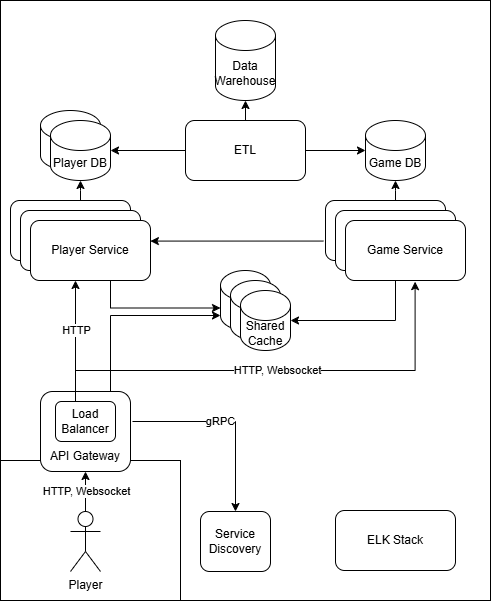
This is assets/PAD architecture2.png from Rescyy/multiplayer-phase-10, a draw.io export, as it was before one commit. Source tidied: cells renumbered, new cells last; positions are measured from the earlier drawing's top-left corner, leaving out a move shared by most shapes. Source of this version:
```xml
<mxGraphModel>
  <root>
    <mxCell id="0" />
    <mxCell id="1" parent="0" />
    <mxCell id="2" style="rounded=0;whiteSpace=wrap;html=1;" parent="1" vertex="1">
      <mxGeometry width="490" height="600" as="geometry" />
    </mxCell>
    <mxCell id="3" style="rounded=0;whiteSpace=wrap;html=1;" parent="1" vertex="1">
      <mxGeometry y="460" width="180" height="140" as="geometry" />
    </mxCell>
    <mxCell id="4" style="edgeStyle=orthogonalEdgeStyle;rounded=0;jettySize=auto;html=1;entryX=0.5;entryY=1;entryDx=0;entryDy=0;" parent="1" edge="1" source="6" target="10">
      <mxGeometry relative="1" as="geometry" />
    </mxCell>
    <mxCell id="5" value="HTTP, Websocket" style="edgeLabel;html=1;align=center;verticalAlign=middle;" parent="4" vertex="1">
      <mxGeometry x="0.13" y="-2" relative="1" as="geometry">
        <mxPoint x="-2" y="2" as="offset" />
      </mxGeometry>
    </mxCell>
    <mxCell id="6" value="Player&lt;div&gt;&lt;br&gt;&lt;/div&gt;" style="shape=umlActor;verticalLabelPosition=bottom;verticalAlign=top;html=1;outlineConnect=0;" parent="1" vertex="1">
      <mxGeometry x="70" y="511" width="30" height="60" as="geometry" />
    </mxCell>
    <mxCell id="7" style="edgeStyle=orthogonalEdgeStyle;rounded=0;jettySize=auto;html=1;exitX=1.022;exitY=0.375;exitDx=0;exitDy=0;exitPerimeter=0;" parent="1" edge="1" source="10" target="11">
      <mxGeometry relative="1" as="geometry" />
    </mxCell>
    <mxCell id="8" value="gRPC" style="edgeLabel;html=1;align=center;verticalAlign=middle;" parent="7" vertex="1">
      <mxGeometry x="-0.09" y="1" relative="1" as="geometry" />
    </mxCell>
    <mxCell id="9" style="edgeStyle=orthogonalEdgeStyle;rounded=0;jettySize=auto;html=1;entryX=0;entryY=1;entryDx=0;entryDy=-15;entryPerimeter=0;" parent="1" edge="1" source="10" target="29">
      <mxGeometry relative="1" as="geometry">
        <Array as="points">
          <mxPoint x="110" y="315" />
        </Array>
      </mxGeometry>
    </mxCell>
    <mxCell id="10" style="rounded=1;whiteSpace=wrap;html=1;" parent="1" vertex="1">
      <mxGeometry x="40" y="391" width="90" height="80" as="geometry" />
    </mxCell>
    <mxCell id="11" value="Service Discovery" style="rounded=1;whiteSpace=wrap;html=1;" parent="1" vertex="1">
      <mxGeometry x="200" y="511" width="70" height="60" as="geometry" />
    </mxCell>
    <mxCell id="12" style="edgeStyle=orthogonalEdgeStyle;rounded=0;jettySize=auto;html=1;entryX=0.375;entryY=1;entryDx=0;entryDy=0;entryPerimeter=0;" parent="1" edge="1" source="16" target="21">
      <mxGeometry relative="1" as="geometry">
        <Array as="points">
          <mxPoint x="75" y="430" />
        </Array>
      </mxGeometry>
    </mxCell>
    <mxCell id="13" value="HTTP" style="edgeLabel;html=1;align=center;verticalAlign=middle;" parent="12" vertex="1">
      <mxGeometry x="0.19" relative="1" as="geometry" />
    </mxCell>
    <mxCell id="14" style="edgeStyle=orthogonalEdgeStyle;rounded=0;jettySize=auto;html=1;entryX=0.58;entryY=1.019;entryDx=0;entryDy=0;entryPerimeter=0;" parent="1" edge="1" source="16" target="24">
      <mxGeometry relative="1" as="geometry">
        <Array as="points">
          <mxPoint x="75" y="370" />
          <mxPoint x="415" y="370" />
        </Array>
      </mxGeometry>
    </mxCell>
    <mxCell id="15" value="HTTP, Websocket" style="edgeLabel;html=1;align=center;verticalAlign=middle;" parent="14" vertex="1">
      <mxGeometry x="0.32" y="1" relative="1" as="geometry">
        <mxPoint x="-71" as="offset" />
      </mxGeometry>
    </mxCell>
    <mxCell id="16" value="Load Balancer" style="rounded=1;whiteSpace=wrap;html=1;" parent="1" vertex="1">
      <mxGeometry x="55" y="401" width="60" height="40" as="geometry" />
    </mxCell>
    <mxCell id="17" value="Player Service" style="rounded=1;whiteSpace=wrap;html=1;" parent="1" vertex="1">
      <mxGeometry x="10" y="200" width="120" height="60" as="geometry" />
    </mxCell>
    <mxCell id="18" value="Game Service" style="rounded=1;whiteSpace=wrap;html=1;" parent="1" vertex="1">
      <mxGeometry x="325" y="200" width="120" height="60" as="geometry" />
    </mxCell>
    <mxCell id="19" value="Player Service" style="rounded=1;whiteSpace=wrap;html=1;" parent="1" vertex="1">
      <mxGeometry x="20" y="210" width="120" height="60" as="geometry" />
    </mxCell>
    <mxCell id="20" style="edgeStyle=orthogonalEdgeStyle;rounded=0;jettySize=auto;html=1;entryX=0;entryY=0;entryDx=0;entryDy=37.5;entryPerimeter=0;" parent="1" edge="1" source="21" target="29">
      <mxGeometry relative="1" as="geometry">
        <Array as="points">
          <mxPoint x="110" y="308" />
        </Array>
      </mxGeometry>
    </mxCell>
    <mxCell id="21" value="Player Service" style="rounded=1;whiteSpace=wrap;html=1;" parent="1" vertex="1">
      <mxGeometry x="30" y="220" width="120" height="60" as="geometry" />
    </mxCell>
    <mxCell id="22" value="Game Service" style="rounded=1;whiteSpace=wrap;html=1;" parent="1" vertex="1">
      <mxGeometry x="335" y="210" width="120" height="60" as="geometry" />
    </mxCell>
    <mxCell id="23" style="edgeStyle=orthogonalEdgeStyle;rounded=0;jettySize=auto;html=1;entryX=1;entryY=0.5;entryDx=0;entryDy=0;entryPerimeter=0;" parent="1" edge="1" source="24" target="31">
      <mxGeometry relative="1" as="geometry">
        <Array as="points">
          <mxPoint x="395" y="320" />
        </Array>
      </mxGeometry>
    </mxCell>
    <mxCell id="24" value="Game Service" style="rounded=1;whiteSpace=wrap;html=1;" parent="1" vertex="1">
      <mxGeometry x="345" y="220" width="120" height="60" as="geometry" />
    </mxCell>
    <mxCell id="25" style="edgeStyle=orthogonalEdgeStyle;rounded=0;jettySize=auto;html=1;entryX=0.999;entryY=0.343;entryDx=0;entryDy=0;entryPerimeter=0;exitX=-0.018;exitY=0.676;exitDx=0;exitDy=0;exitPerimeter=0;" parent="1" edge="1" source="18" target="21">
      <mxGeometry relative="1" as="geometry" />
    </mxCell>
    <mxCell id="26" value="API Gateway" style="text;html=1;align=center;verticalAlign=middle;whiteSpace=wrap;rounded=0;" parent="1" vertex="1">
      <mxGeometry x="45" y="441" width="80" height="30" as="geometry" />
    </mxCell>
    <mxCell id="27" style="shape=cylinder3;whiteSpace=wrap;html=1;boundedLbl=1;backgroundOutline=1;size=15;" parent="1" vertex="1">
      <mxGeometry x="40" y="110" width="60" height="60" as="geometry" />
    </mxCell>
    <mxCell id="28" value="Player DB" style="shape=cylinder3;whiteSpace=wrap;html=1;boundedLbl=1;backgroundOutline=1;size=15;" parent="1" vertex="1">
      <mxGeometry x="50" y="120" width="60" height="60" as="geometry" />
    </mxCell>
    <mxCell id="29" style="shape=cylinder3;whiteSpace=wrap;html=1;boundedLbl=1;backgroundOutline=1;size=15;" parent="1" vertex="1">
      <mxGeometry x="220" y="270" width="50" height="60" as="geometry" />
    </mxCell>
    <mxCell id="30" style="shape=cylinder3;whiteSpace=wrap;html=1;boundedLbl=1;backgroundOutline=1;size=15;" parent="1" vertex="1">
      <mxGeometry x="230" y="280" width="50" height="60" as="geometry" />
    </mxCell>
    <mxCell id="31" value="Shared Cache" style="shape=cylinder3;whiteSpace=wrap;html=1;boundedLbl=1;backgroundOutline=1;size=15;" parent="1" vertex="1">
      <mxGeometry x="240" y="290" width="50" height="60" as="geometry" />
    </mxCell>
    <mxCell id="32" value="Game DB" style="shape=cylinder3;whiteSpace=wrap;html=1;boundedLbl=1;backgroundOutline=1;size=15;" parent="1" vertex="1">
      <mxGeometry x="365" y="120" width="60" height="60" as="geometry" />
    </mxCell>
    <mxCell id="33" style="edgeStyle=orthogonalEdgeStyle;rounded=0;jettySize=auto;html=1;entryX=0.5;entryY=1;entryDx=0;entryDy=0;entryPerimeter=0;" parent="1" edge="1" source="17" target="28">
      <mxGeometry relative="1" as="geometry">
        <Array as="points">
          <mxPoint x="80" y="190" />
          <mxPoint x="80" y="190" />
        </Array>
      </mxGeometry>
    </mxCell>
    <mxCell id="34" style="edgeStyle=orthogonalEdgeStyle;rounded=0;jettySize=auto;html=1;entryX=0.5;entryY=1;entryDx=0;entryDy=0;entryPerimeter=0;" parent="1" edge="1" source="18" target="32">
      <mxGeometry relative="1" as="geometry">
        <Array as="points">
          <mxPoint x="395" y="190" />
          <mxPoint x="395" y="190" />
        </Array>
      </mxGeometry>
    </mxCell>
    <mxCell id="35" value="ELK Stack" style="rounded=1;whiteSpace=wrap;html=1;" parent="1" vertex="1">
      <mxGeometry x="335" y="510" width="120" height="60" as="geometry" />
    </mxCell>
    <mxCell id="36" value="ETL" style="rounded=1;whiteSpace=wrap;html=1;" parent="1" vertex="1">
      <mxGeometry x="185" y="120" width="120" height="60" as="geometry" />
    </mxCell>
    <mxCell id="37" style="edgeStyle=orthogonalEdgeStyle;rounded=0;jettySize=auto;html=1;entryX=1;entryY=0.5;entryDx=0;entryDy=0;entryPerimeter=0;" parent="1" edge="1" source="36" target="28">
      <mxGeometry relative="1" as="geometry" />
    </mxCell>
    <mxCell id="38" style="edgeStyle=orthogonalEdgeStyle;rounded=0;jettySize=auto;html=1;entryX=0;entryY=0.5;entryDx=0;entryDy=0;entryPerimeter=0;" parent="1" edge="1" source="36" target="32">
      <mxGeometry relative="1" as="geometry" />
    </mxCell>
    <mxCell id="39" value="Data Warehouse" style="shape=cylinder3;whiteSpace=wrap;html=1;boundedLbl=1;backgroundOutline=1;size=15;" parent="1" vertex="1">
      <mxGeometry x="215" y="20" width="60" height="80" as="geometry" />
    </mxCell>
    <mxCell id="40" style="endArrow=classic;html=1;rounded=0;entryX=0.5;entryY=1;entryDx=0;entryDy=0;entryPerimeter=0;exitX=0.5;exitY=0;exitDx=0;exitDy=0;" parent="1" edge="1" source="36" target="39">
      <mxGeometry relative="1" as="geometry" />
    </mxCell>
  </root>
</mxGraphModel>
```
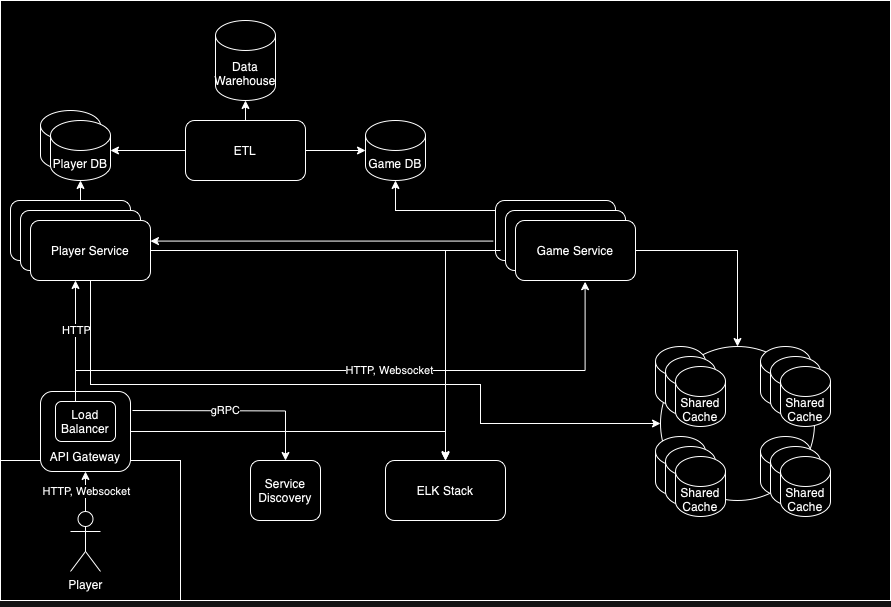
The same file after the commit.

The edit, as a diff of the source:
```diff
@@ -3,7 +3,7 @@
     <mxCell id="0" />
     <mxCell id="1" parent="0" />
     <mxCell id="2" style="rounded=0;whiteSpace=wrap;html=1;" parent="1" vertex="1">
-      <mxGeometry width="490" height="600" as="geometry" />
+      <mxGeometry width="890" height="600" as="geometry" />
     </mxCell>
     <mxCell id="3" style="rounded=0;whiteSpace=wrap;html=1;" parent="1" vertex="1">
       <mxGeometry y="460" width="180" height="140" as="geometry" />
@@ -19,24 +19,19 @@
     <mxCell id="6" value="Player&lt;div&gt;&lt;br&gt;&lt;/div&gt;" style="shape=umlActor;verticalLabelPosition=bottom;verticalAlign=top;html=1;outlineConnect=0;" parent="1" vertex="1">
       <mxGeometry x="70" y="511" width="30" height="60" as="geometry" />
     </mxCell>
-    <mxCell id="7" style="edgeStyle=orthogonalEdgeStyle;rounded=0;jettySize=auto;html=1;exitX=1.022;exitY=0.375;exitDx=0;exitDy=0;exitPerimeter=0;" parent="1" edge="1" source="10" target="11">
-      <mxGeometry relative="1" as="geometry" />
+    <mxCell id="7" style="edgeStyle=orthogonalEdgeStyle;rounded=0;jettySize=auto;html=1;" parent="1" edge="1" target="11">
+      <mxGeometry relative="1" as="geometry">
+        <mxPoint x="132" y="410" as="sourcePoint" />
+      </mxGeometry>
     </mxCell>
     <mxCell id="8" value="gRPC" style="edgeLabel;html=1;align=center;verticalAlign=middle;" parent="7" vertex="1">
       <mxGeometry x="-0.09" y="1" relative="1" as="geometry" />
     </mxCell>
-    <mxCell id="9" style="edgeStyle=orthogonalEdgeStyle;rounded=0;jettySize=auto;html=1;entryX=0;entryY=1;entryDx=0;entryDy=-15;entryPerimeter=0;" parent="1" edge="1" source="10" target="29">
-      <mxGeometry relative="1" as="geometry">
-        <Array as="points">
-          <mxPoint x="110" y="315" />
-        </Array>
-      </mxGeometry>
-    </mxCell>
     <mxCell id="10" style="rounded=1;whiteSpace=wrap;html=1;" parent="1" vertex="1">
       <mxGeometry x="40" y="391" width="90" height="80" as="geometry" />
     </mxCell>
     <mxCell id="11" value="Service Discovery" style="rounded=1;whiteSpace=wrap;html=1;" parent="1" vertex="1">
-      <mxGeometry x="200" y="511" width="70" height="60" as="geometry" />
+      <mxGeometry x="250" y="460" width="70" height="60" as="geometry" />
     </mxCell>
     <mxCell id="12" style="edgeStyle=orthogonalEdgeStyle;rounded=0;jettySize=auto;html=1;entryX=0.375;entryY=1;entryDx=0;entryDy=0;entryPerimeter=0;" parent="1" edge="1" source="16" target="21">
       <mxGeometry relative="1" as="geometry">
@@ -52,7 +47,7 @@
       <mxGeometry relative="1" as="geometry">
         <Array as="points">
           <mxPoint x="75" y="370" />
-          <mxPoint x="415" y="370" />
+          <mxPoint x="585" y="370" />
         </Array>
       </mxGeometry>
     </mxCell>
@@ -68,33 +63,42 @@
       <mxGeometry x="10" y="200" width="120" height="60" as="geometry" />
     </mxCell>
     <mxCell id="18" value="Game Service" style="rounded=1;whiteSpace=wrap;html=1;" parent="1" vertex="1">
-      <mxGeometry x="325" y="200" width="120" height="60" as="geometry" />
+      <mxGeometry x="495" y="200" width="120" height="60" as="geometry" />
     </mxCell>
     <mxCell id="19" value="Player Service" style="rounded=1;whiteSpace=wrap;html=1;" parent="1" vertex="1">
       <mxGeometry x="20" y="210" width="120" height="60" as="geometry" />
     </mxCell>
-    <mxCell id="20" style="edgeStyle=orthogonalEdgeStyle;rounded=0;jettySize=auto;html=1;entryX=0;entryY=0;entryDx=0;entryDy=37.5;entryPerimeter=0;" parent="1" edge="1" source="21" target="29">
-      <mxGeometry relative="1" as="geometry">
-        <Array as="points">
-          <mxPoint x="110" y="308" />
-        </Array>
-      </mxGeometry>
-    </mxCell>
+    <mxCell id="41" style="edgeStyle=orthogonalEdgeStyle;rounded=0;jettySize=auto;html=1;" parent="1" edge="1" source="21" target="35">
+      <mxGeometry relative="1" as="geometry" />
+    </mxCell>
+    <mxCell id="42" style="edgeStyle=orthogonalEdgeStyle;rounded=0;jettySize=auto;html=1;entryX=0;entryY=0.5;entryDx=0;entryDy=0;" parent="1" edge="1" source="21" target="46">
+      <mxGeometry relative="1" as="geometry">
+        <Array as="points">
+          <mxPoint x="90" y="384" />
+          <mxPoint x="480" y="384" />
+          <mxPoint x="480" y="423" />
+        </Array>
+      </mxGeometry>
+    </mxCell>
     <mxCell id="21" value="Player Service" style="rounded=1;whiteSpace=wrap;html=1;" parent="1" vertex="1">
       <mxGeometry x="30" y="220" width="120" height="60" as="geometry" />
     </mxCell>
     <mxCell id="22" value="Game Service" style="rounded=1;whiteSpace=wrap;html=1;" parent="1" vertex="1">
-      <mxGeometry x="335" y="210" width="120" height="60" as="geometry" />
+      <mxGeometry x="505" y="210" width="120" height="60" as="geometry" />
     </mxCell>
-    <mxCell id="23" style="edgeStyle=orthogonalEdgeStyle;rounded=0;jettySize=auto;html=1;entryX=1;entryY=0.5;entryDx=0;entryDy=0;entryPerimeter=0;" parent="1" edge="1" source="24" target="31">
-      <mxGeometry relative="1" as="geometry">
-        <Array as="points">
-          <mxPoint x="395" y="320" />
-        </Array>
-      </mxGeometry>
-    </mxCell>
+    <mxCell id="43" style="edgeStyle=orthogonalEdgeStyle;rounded=0;jettySize=auto;html=1;entryX=0.5;entryY=0;entryDx=0;entryDy=0;" parent="1" edge="1" target="35">
+      <mxGeometry relative="1" as="geometry">
+        <mxPoint x="500" y="250" as="sourcePoint" />
+        <Array as="points">
+          <mxPoint x="445" y="250" />
+        </Array>
+      </mxGeometry>
+    </mxCell>
+    <mxCell id="44" style="edgeStyle=orthogonalEdgeStyle;rounded=0;jettySize=auto;html=1;entryX=0.5;entryY=0;entryDx=0;entryDy=0;" parent="1" edge="1" source="24" target="46">
+      <mxGeometry relative="1" as="geometry" />
+    </mxCell>
     <mxCell id="24" value="Game Service" style="rounded=1;whiteSpace=wrap;html=1;" parent="1" vertex="1">
-      <mxGeometry x="345" y="220" width="120" height="60" as="geometry" />
+      <mxGeometry x="515" y="220" width="120" height="60" as="geometry" />
     </mxCell>
     <mxCell id="25" style="edgeStyle=orthogonalEdgeStyle;rounded=0;jettySize=auto;html=1;entryX=0.999;entryY=0.343;entryDx=0;entryDy=0;entryPerimeter=0;exitX=-0.018;exitY=0.676;exitDx=0;exitDy=0;exitPerimeter=0;" parent="1" edge="1" source="18" target="21">
       <mxGeometry relative="1" as="geometry" />
@@ -108,15 +112,6 @@
     <mxCell id="28" value="Player DB" style="shape=cylinder3;whiteSpace=wrap;html=1;boundedLbl=1;backgroundOutline=1;size=15;" parent="1" vertex="1">
       <mxGeometry x="50" y="120" width="60" height="60" as="geometry" />
     </mxCell>
-    <mxCell id="29" style="shape=cylinder3;whiteSpace=wrap;html=1;boundedLbl=1;backgroundOutline=1;size=15;" parent="1" vertex="1">
-      <mxGeometry x="220" y="270" width="50" height="60" as="geometry" />
-    </mxCell>
-    <mxCell id="30" style="shape=cylinder3;whiteSpace=wrap;html=1;boundedLbl=1;backgroundOutline=1;size=15;" parent="1" vertex="1">
-      <mxGeometry x="230" y="280" width="50" height="60" as="geometry" />
-    </mxCell>
-    <mxCell id="31" value="Shared Cache" style="shape=cylinder3;whiteSpace=wrap;html=1;boundedLbl=1;backgroundOutline=1;size=15;" parent="1" vertex="1">
-      <mxGeometry x="240" y="290" width="50" height="60" as="geometry" />
-    </mxCell>
     <mxCell id="32" value="Game DB" style="shape=cylinder3;whiteSpace=wrap;html=1;boundedLbl=1;backgroundOutline=1;size=15;" parent="1" vertex="1">
       <mxGeometry x="365" y="120" width="60" height="60" as="geometry" />
     </mxCell>
@@ -131,13 +126,12 @@
     <mxCell id="34" style="edgeStyle=orthogonalEdgeStyle;rounded=0;jettySize=auto;html=1;entryX=0.5;entryY=1;entryDx=0;entryDy=0;entryPerimeter=0;" parent="1" edge="1" source="18" target="32">
       <mxGeometry relative="1" as="geometry">
         <Array as="points">
-          <mxPoint x="395" y="190" />
-          <mxPoint x="395" y="190" />
+          <mxPoint x="395" y="210" />
         </Array>
       </mxGeometry>
     </mxCell>
     <mxCell id="35" value="ELK Stack" style="rounded=1;whiteSpace=wrap;html=1;" parent="1" vertex="1">
-      <mxGeometry x="335" y="510" width="120" height="60" as="geometry" />
+      <mxGeometry x="385" y="460" width="120" height="60" as="geometry" />
     </mxCell>
     <mxCell id="36" value="ETL" style="rounded=1;whiteSpace=wrap;html=1;" parent="1" vertex="1">
       <mxGeometry x="185" y="120" width="120" height="60" as="geometry" />
@@ -154,5 +148,53 @@
     <mxCell id="40" style="endArrow=classic;html=1;rounded=0;entryX=0.5;entryY=1;entryDx=0;entryDy=0;entryPerimeter=0;exitX=0.5;exitY=0;exitDx=0;exitDy=0;" parent="1" edge="1" source="36" target="39">
       <mxGeometry relative="1" as="geometry" />
     </mxCell>
+    <mxCell id="45" style="edgeStyle=orthogonalEdgeStyle;rounded=0;jettySize=auto;html=1;" parent="1" edge="1" source="10">
+      <mxGeometry relative="1" as="geometry">
+        <mxPoint x="445" y="459" as="targetPoint" />
+        <Array as="points">
+          <mxPoint x="445" y="431" />
+          <mxPoint x="445" y="459" />
+        </Array>
+      </mxGeometry>
+    </mxCell>
+    <mxCell id="46" style="ellipse;whiteSpace=wrap;html=1;" parent="1" vertex="1">
+      <mxGeometry x="660" y="346" width="154" height="154" as="geometry" />
+    </mxCell>
+    <mxCell id="47" style="shape=cylinder3;whiteSpace=wrap;html=1;boundedLbl=1;backgroundOutline=1;size=15;" parent="1" vertex="1">
+      <mxGeometry x="655" y="346" width="50" height="60" as="geometry" />
+    </mxCell>
+    <mxCell id="48" style="shape=cylinder3;whiteSpace=wrap;html=1;boundedLbl=1;backgroundOutline=1;size=15;" parent="1" vertex="1">
+      <mxGeometry x="665" y="356" width="50" height="60" as="geometry" />
+    </mxCell>
+    <mxCell id="49" value="Shared Cache" style="shape=cylinder3;whiteSpace=wrap;html=1;boundedLbl=1;backgroundOutline=1;size=15;" parent="1" vertex="1">
+      <mxGeometry x="675" y="366" width="50" height="60" as="geometry" />
+    </mxCell>
+    <mxCell id="50" style="shape=cylinder3;whiteSpace=wrap;html=1;boundedLbl=1;backgroundOutline=1;size=15;" parent="1" vertex="1">
+      <mxGeometry x="760" y="346" width="50" height="60" as="geometry" />
+    </mxCell>
+    <mxCell id="51" style="shape=cylinder3;whiteSpace=wrap;html=1;boundedLbl=1;backgroundOutline=1;size=15;" parent="1" vertex="1">
+      <mxGeometry x="770" y="356" width="50" height="60" as="geometry" />
+    </mxCell>
+    <mxCell id="52" value="Shared Cache" style="shape=cylinder3;whiteSpace=wrap;html=1;boundedLbl=1;backgroundOutline=1;size=15;" parent="1" vertex="1">
+      <mxGeometry x="780" y="366" width="50" height="60" as="geometry" />
+    </mxCell>
+    <mxCell id="53" style="shape=cylinder3;whiteSpace=wrap;html=1;boundedLbl=1;backgroundOutline=1;size=15;" parent="1" vertex="1">
+      <mxGeometry x="655" y="436" width="50" height="60" as="geometry" />
+    </mxCell>
+    <mxCell id="54" style="shape=cylinder3;whiteSpace=wrap;html=1;boundedLbl=1;backgroundOutline=1;size=15;" parent="1" vertex="1">
+      <mxGeometry x="665" y="446" width="50" height="60" as="geometry" />
+    </mxCell>
+    <mxCell id="55" value="Shared Cache" style="shape=cylinder3;whiteSpace=wrap;html=1;boundedLbl=1;backgroundOutline=1;size=15;" parent="1" vertex="1">
+      <mxGeometry x="675" y="456" width="50" height="60" as="geometry" />
+    </mxCell>
+    <mxCell id="56" style="shape=cylinder3;whiteSpace=wrap;html=1;boundedLbl=1;backgroundOutline=1;size=15;" parent="1" vertex="1">
+      <mxGeometry x="760" y="436" width="50" height="60" as="geometry" />
+    </mxCell>
+    <mxCell id="57" style="shape=cylinder3;whiteSpace=wrap;html=1;boundedLbl=1;backgroundOutline=1;size=15;" parent="1" vertex="1">
+      <mxGeometry x="770" y="446" width="50" height="60" as="geometry" />
+    </mxCell>
+    <mxCell id="58" value="Shared Cache" style="shape=cylinder3;whiteSpace=wrap;html=1;boundedLbl=1;backgroundOutline=1;size=15;" parent="1" vertex="1">
+      <mxGeometry x="780" y="456" width="50" height="60" as="geometry" />
+    </mxCell>
   </root>
 </mxGraphModel>
```
